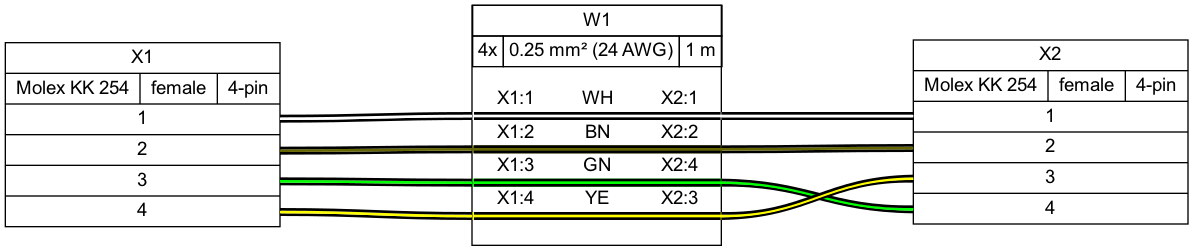
wireviz/WireViz keeps this Graphviz diagram as tutorial/tutorial02.png. Above is the earlier version. Its source is kept beside it as tutorial/tutorial02.gv.
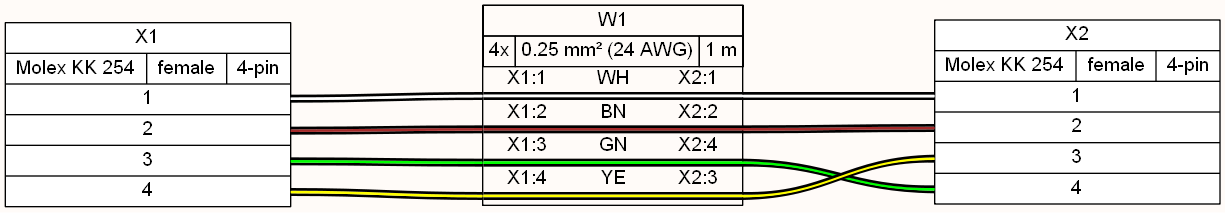
Later version of the same file.

Diff of the diagram source:
```diff
@@ -1,5 +1,5 @@
 graph {
-	graph [bgcolor=white fontname=arial nodesep=0.33 rankdir=LR ranksep=2]
+	graph [bgcolor="#fffbf8" fontname=arial nodesep=0.33 rankdir=LR ranksep=2]
 	node [fillcolor=white fontname=arial shape=record style=filled]
 	edge [fontname=arial style=bold]
 	X1 [label="X1|{Molex KK 254|female|4-pin}|{{<p1r>1|<p2r>2|<p3r>3|<p4r>4}}"]
@@ -7,7 +7,7 @@
 	edge [color="#000000:#ffffff:#000000"]
 	X1:p1r:e -- W1:w1:w
 	W1:w1:e -- X2:p1l:w
-	edge [color="#000000:#666600:#000000"]
+	edge [color="#000000:#a52a2a:#000000"]
 	X1:p2r:e -- W1:w2:w
 	W1:w2:e -- X2:p2l:w
 	edge [color="#000000:#00ff00:#000000"]
@@ -16,5 +16,5 @@
 	edge [color="#000000:#ffff00:#000000"]
 	X1:p4r:e -- W1:w4:w
 	W1:w4:e -- X2:p3l:w
-	W1 [label=<<table border="0" cellspacing="0" cellpadding="0"><tr><td><table border="0" cellspacing="0" cellpadding="3" cellborder="1"><tr><td colspan="3">W1</td></tr><tr><td>4x</td><td>0.25 mm² (24 AWG)</td><td>1 m</td></tr></table></td></tr><tr><td>&nbsp;</td></tr><tr><td><table border="0" cellspacing="0" cellborder="0"><tr><td>X1:1</td><td>WH</td><td>X2:1</td></tr><tr><td colspan="3" cellpadding="0" height="6" bgcolor="#ffffff" border="2" sides="tb" port="w1"></td></tr><tr><td>X1:2</td><td>BN</td><td>X2:2</td></tr><tr><td colspan="3" cellpadding="0" height="6" bgcolor="#666600" border="2" sides="tb" port="w2"></td></tr><tr><td>X1:3</td><td>GN</td><td>X2:4</td></tr><tr><td colspan="3" cellpadding="0" height="6" bgcolor="#00ff00" border="2" sides="tb" port="w3"></td></tr><tr><td>X1:4</td><td>YE</td><td>X2:3</td></tr><tr><td colspan="3" cellpadding="0" height="6" bgcolor="#ffff00" border="2" sides="tb" port="w4"></td></tr><tr><td>&nbsp;</td></tr></table></td></tr></table>> fillcolor=white margin=0 shape=box style=""]
+	W1 [label=<<table border="0" cellspacing="0" cellpadding="0"><tr><td><table border="0" cellspacing="0" cellpadding="3" cellborder="1"><tr><td colspan="3">W1</td></tr><tr><td>4x</td><td>0.25 mm² (24 AWG)</td><td>1 m</td></tr></table></td></tr><tr><td></td></tr><tr><td><table border="0" cellspacing="0" cellborder="0"><tr><td>X1:1</td><td>WH</td><td>X2:1</td></tr><tr><td colspan="3" border="0" cellspacing="0" cellpadding="0" port="w1" height="6"><table cellspacing="0" cellborder="0" border = "0"><tr><td colspan="3" cellpadding="0" height="2" bgcolor="#000000" border="0"></td></tr><tr><td colspan="3" cellpadding="0" height="2" bgcolor="#ffffff" border="0"></td></tr><tr><td colspan="3" cellpadding="0" height="2" bgcolor="#000000" border="0"></td></tr></table></td></tr><tr><td>X1:2</td><td>BN</td><td>X2:2</td></tr><tr><td colspan="3" border="0" cellspacing="0" cellpadding="0" port="w2" height="6"><table cellspacing="0" cellborder="0" border = "0"><tr><td colspan="3" cellpadding="0" height="2" bgcolor="#000000" border="0"></td></tr><tr><td colspan="3" cellpadding="0" height="2" bgcolor="#a52a2a" border="0"></td></tr><tr><td colspan="3" cellpadding="0" height="2" bgcolor="#000000" border="0"></td></tr></table></td></tr><tr><td>X1:3</td><td>GN</td><td>X2:4</td></tr><tr><td colspan="3" border="0" cellspacing="0" cellpadding="0" port="w3" height="6"><table cellspacing="0" cellborder="0" border = "0"><tr><td colspan="3" cellpadding="0" height="2" bgcolor="#000000" border="0"></td></tr><tr><td colspan="3" cellpadding="0" height="2" bgcolor="#00ff00" border="0"></td></tr><tr><td colspan="3" cellpadding="0" height="2" bgcolor="#000000" border="0"></td></tr></table></td></tr><tr><td>X1:4</td><td>YE</td><td>X2:3</td></tr><tr><td colspan="3" border="0" cellspacing="0" cellpadding="0" port="w4" height="6"><table cellspacing="0" cellborder="0" border = "0"><tr><td colspan="3" cellpadding="0" height="2" bgcolor="#000000" border="0"></td></tr><tr><td colspan="3" cellpadding="0" height="2" bgcolor="#ffff00" border="0"></td></tr><tr><td colspan="3" cellpadding="0" height="2" bgcolor="#000000" border="0"></td></tr></table></td></tr><tr><td></td></tr></table></td></tr></table>> fillcolor=white margin=0 shape=box style=""]
 }
```
